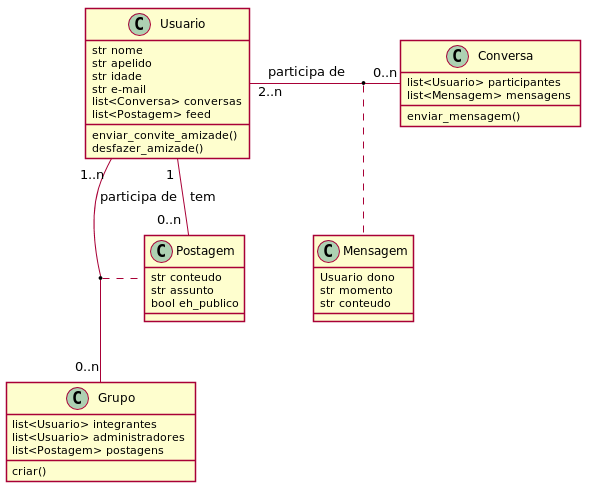
This is docs/classe.png from DhiegoV/Dez-seis, a PlantUML export, as it was before one commit.
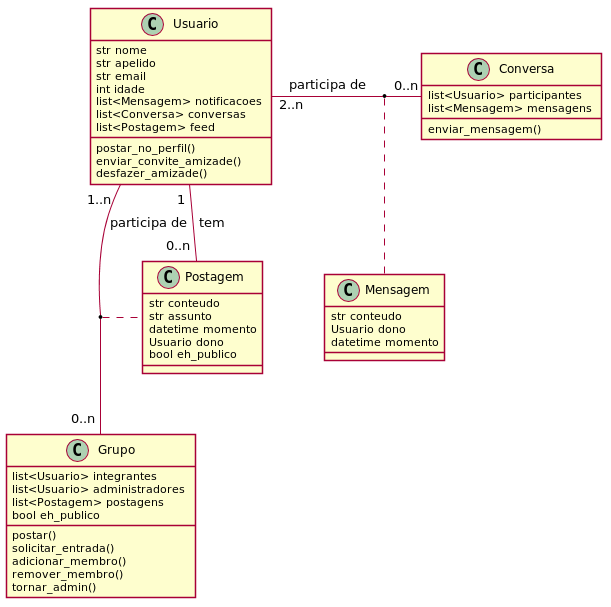
The same file after the commit.

Commit message:
adicionando novos métodos e melhorando classes nos diagramas

Diff of the diagram source:
```diff
@@ -5,11 +5,13 @@
 class Usuario {
     str nome
     str apelido
-    str idade
-    str e-mail
+    str email
+    int idade
+    list<Mensagem> notificacoes
     list<Conversa> conversas
     list<Postagem> feed
 
+    postar_no_perfil()
     enviar_convite_amizade()
     desfazer_amizade()
 }
@@ -22,9 +24,9 @@
 }
 
 class Mensagem {
+    str conteudo
     Usuario dono
-    str momento
-    str conteudo
+    datetime momento
 }
 
 Usuario "2..n"-right-"0..n" Conversa: participa de
@@ -33,6 +35,8 @@
 class Postagem {
     str conteudo
     str assunto
+    datetime momento
+    Usuario dono
     bool eh_publico
 }
 
@@ -42,11 +46,16 @@
     list<Usuario> integrantes
     list<Usuario> administradores
     list<Postagem> postagens
+    bool eh_publico
 
-    criar()
+    postar()
+    solicitar_entrada()
+    adicionar_membro()
+    remover_membro()
+    tornar_admin()
 }
 
-Usuario "1..n"-down-"0..n" Grupo: participa de
+Usuario "1..n "-down-"0..n " Grupo: participa de
 (Usuario, Grupo) .. Postagem
 
 @enduml
```
